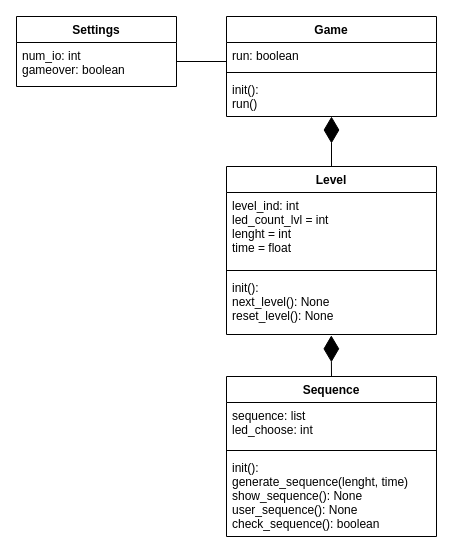
The draw.io diagram Class diagram.drawio in Flaviu123/LED_MindGame, before the edit. Source tidied: cells renumbered, new cells numbered last; positions are measured from the earlier drawing's top-left corner, leaving out a move shared by most shapes. Both pictures are drawn from the tidied source at 100%, with x=0, y=0 at pixel (16, 16).
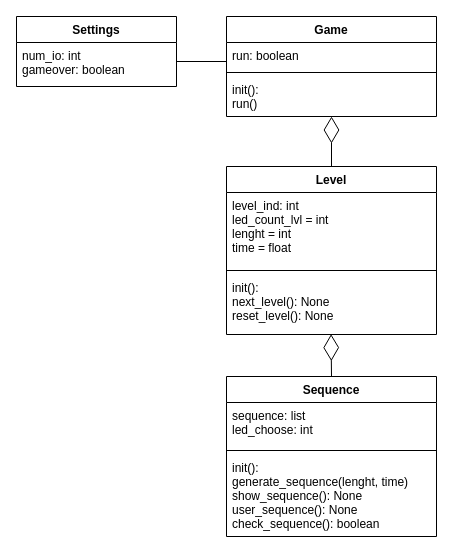
After the change.

Commit message:
Removed false connection for aggregation in class diagram

Unchanged cells that the change refers to:
```xml
<mxCell id="7" value="init():&#10;run()&#10;" style="text;strokeColor=none;fillColor=none;align=left;verticalAlign=top;spacingLeft=4;spacingRight=4;overflow=hidden;points=[[0,0.5],[1,0.5]];portConstraint=eastwest;" parent="4" vertex="1">
  <mxGeometry y="60" width="210" height="40" as="geometry" />
</mxCell>
<mxCell id="8" value="Sequence" style="swimlane;fontStyle=1;align=center;verticalAlign=top;horizontal=1;startSize=26;" parent="1" vertex="1">
  <mxGeometry x="210" y="360" width="210" height="160" as="geometry" />
</mxCell>
<mxCell id="13" value="Level" style="swimlane;fontStyle=1;align=center;verticalAlign=top;horizontal=1;startSize=26;" parent="1" vertex="1">
  <mxGeometry x="210" y="150" width="210" height="168" as="geometry" />
</mxCell>
<mxCell id="16" value="init():&#10;next_level(): None&#10;reset_level(): None" style="text;strokeColor=none;fillColor=none;align=left;verticalAlign=top;spacingLeft=4;spacingRight=4;overflow=hidden;points=[[0,0.5],[1,0.5]];portConstraint=eastwest;" parent="13" vertex="1">
  <mxGeometry y="108" width="210" height="60" as="geometry" />
</mxCell>
```

What changed in the source:
```diff
@@
-    <mxCell id="12" style="endArrow=diamondThin;endFill=1;endSize=24;html=1;rounded=0;exitX=0.5;exitY=0;exitDx=0;exitDy=0;entryX=0.499;entryY=1.014;entryDx=0;entryDy=0;entryPerimeter=0;" parent="1" edge="1" source="8" target="16">
-      <mxGeometry relative="1" as="geometry" />
-    </mxCell>
@@
-    <mxCell id="17" style="endArrow=diamondThin;endFill=1;endSize=24;html=1;rounded=0;entryX=0.5;entryY=1;entryDx=0;entryDy=0;entryPerimeter=0;exitX=0.5;exitY=0;exitDx=0;exitDy=0;" parent="1" edge="1" source="13" target="7">
-      <mxGeometry relative="1" as="geometry" />
-    </mxCell>
@@
+    <mxCell id="12" style="endArrow=diamondThin;endFill=0;endSize=24;html=1;rounded=0;exitX=0.5;exitY=0;exitDx=0;exitDy=0;entryX=0.498;entryY=0.994;entryDx=0;entryDy=0;entryPerimeter=0;" parent="1" edge="1" source="8" target="16">
+      <mxGeometry relative="1" as="geometry" />
+    </mxCell>
+    <mxCell id="19" style="endArrow=diamondThin;endFill=0;endSize=24;html=1;rounded=0;exitX=0.5;exitY=0;exitDx=0;exitDy=0;" parent="1" edge="1" source="13">
+      <mxGeometry relative="1" as="geometry">
+        <mxPoint x="315" y="100" as="targetPoint" />
+      </mxGeometry>
+    </mxCell>
```
